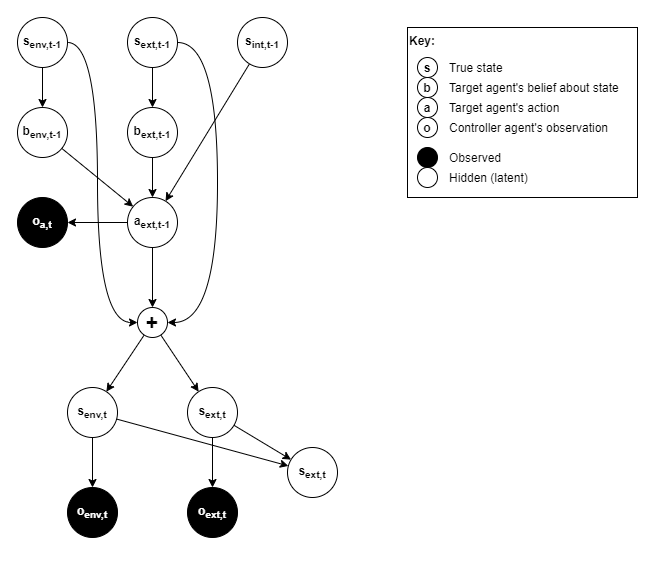
Before: files/Autonomous-monitoring-and-control-target-behaviour-model.png, a diagram exported from draw.io (malcolmlett/malcolmlett.github.io). Source tidied: cells renumbered, new cells last; positions are measured from the earlier drawing's top-left corner, leaving out a move shared by most shapes.
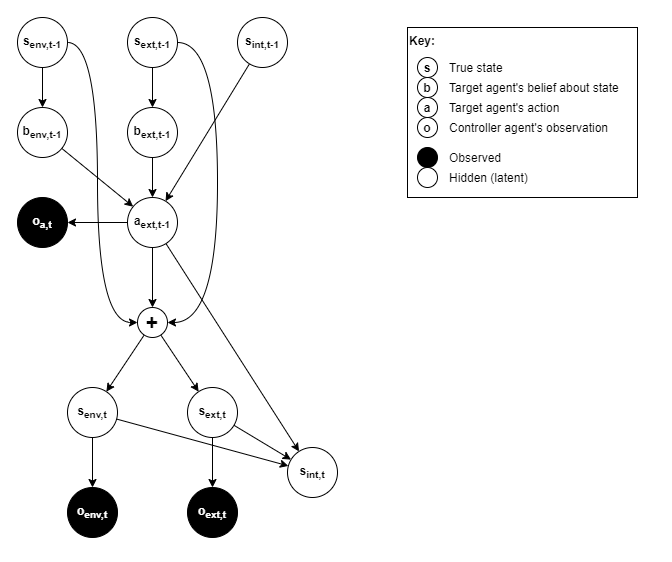
Above is the later version.

Commit message:
Filled in text for target behaviour model

What changed in the source:
```diff
@@ -57,6 +57,9 @@
     <mxCell id="16" style="rounded=0;jettySize=auto;html=1;fontSize=21;" parent="1" edge="1" source="17" target="20">
       <mxGeometry relative="1" as="geometry" />
     </mxCell>
+    <mxCell id="43" style="edgeStyle=none;rounded=0;jettySize=auto;html=1;fontSize=12;fontColor=#000000;" parent="1" edge="1" source="17" target="27">
+      <mxGeometry relative="1" as="geometry" />
+    </mxCell>
     <mxCell id="17" value="&lt;span style=&quot;font-size: 12px&quot;&gt;a&lt;/span&gt;&lt;sub&gt;ext,t-1&lt;/sub&gt;" style="ellipse;whiteSpace=wrap;html=1;fontStyle=1;fontSize=12;" parent="1" vertex="1">
       <mxGeometry x="110" y="180" width="50" height="50" as="geometry" />
     </mxCell>
@@ -87,7 +90,7 @@
     <mxCell id="26" value="s&lt;sub&gt;ext,t&lt;/sub&gt;" style="ellipse;whiteSpace=wrap;html=1;fontStyle=1;fontSize=12;" parent="1" vertex="1">
       <mxGeometry x="170" y="370" width="50" height="50" as="geometry" />
     </mxCell>
-    <mxCell id="27" value="s&lt;sub&gt;ext,t&lt;/sub&gt;" style="ellipse;whiteSpace=wrap;html=1;fontStyle=1;fontSize=12;" parent="1" vertex="1">
+    <mxCell id="27" value="s&lt;sub&gt;int,t&lt;/sub&gt;" style="ellipse;whiteSpace=wrap;html=1;fontStyle=1;fontSize=12;" parent="1" vertex="1">
       <mxGeometry x="270" y="430" width="50" height="50" as="geometry" />
     </mxCell>
     <mxCell id="28" value="o&lt;sub&gt;env,t&lt;/sub&gt;" style="ellipse;whiteSpace=wrap;html=1;fontStyle=1;fontSize=12;fillColor=#000000;fontColor=#FFFFFF;" parent="1" vertex="1">
```
